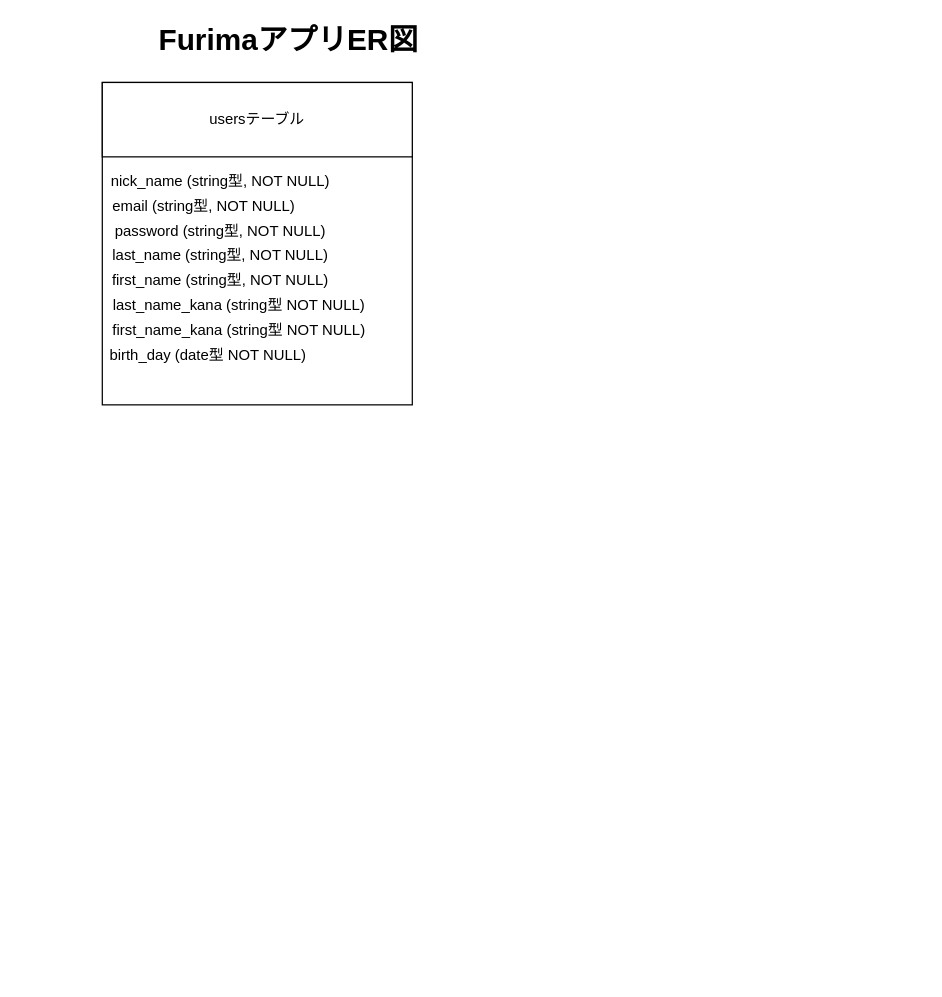
Before: furima.dio in yukesu26/furima-33080, a draw.io diagram. Source tidied: cells renumbered, new cells numbered last; positions are measured from the earlier drawing's top-left corner, leaving out a move shared by most shapes. Both pictures are drawn from the tidied source at 124%, with x=0, y=0 at pixel (21, 32).
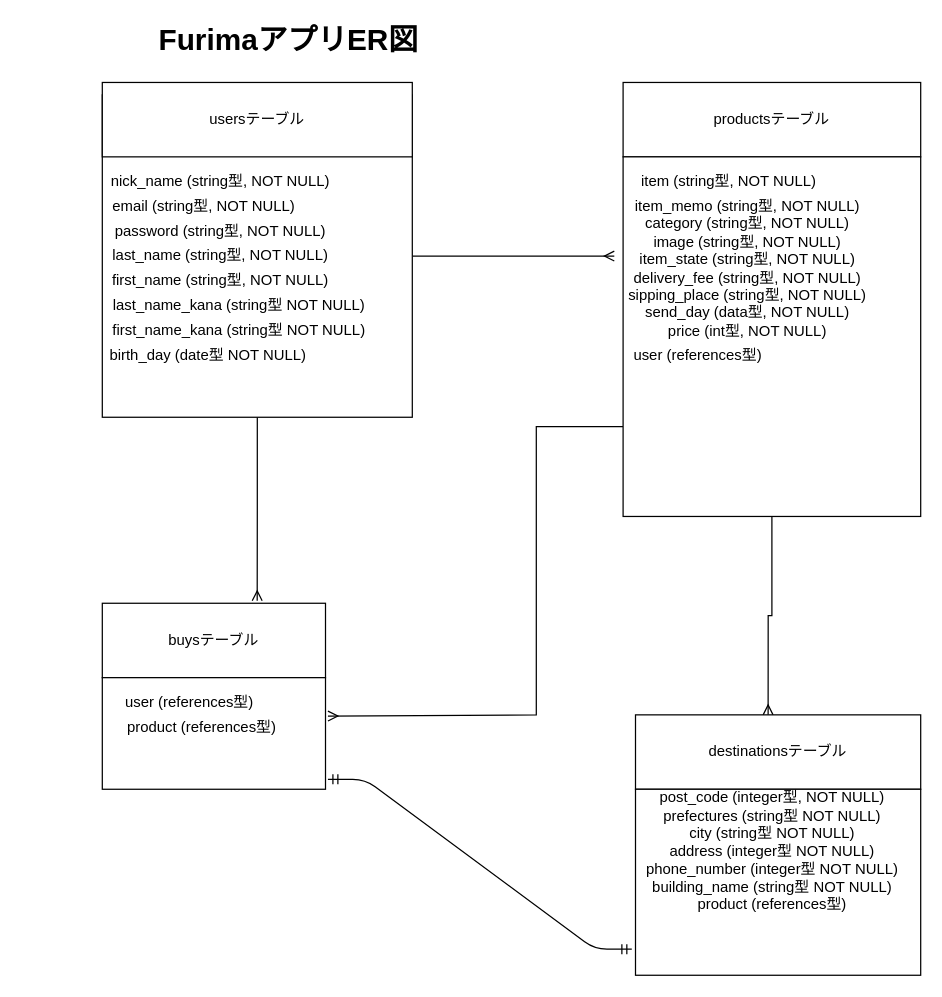
The same diagram, later.

Commit message (it also covers changes not shown here):
テーブル設計修正

Diff of the diagram source:
```diff
@@
+    <mxCell id="13" style="edgeStyle=orthogonalEdgeStyle;rounded=0;jettySize=auto;html=1;entryX=-0.01;entryY=0.417;entryDx=0;entryDy=0;entryPerimeter=0;endArrow=ERmany;endFill=0;" parent="1" edge="1" source="3" target="20">
+      <mxGeometry relative="1" as="geometry" />
+    </mxCell>
+    <mxCell id="14" style="edgeStyle=orthogonalEdgeStyle;rounded=0;jettySize=auto;html=1;entryX=0.694;entryY=-0.033;entryDx=0;entryDy=0;entryPerimeter=0;endArrow=ERmany;endFill=0;" parent="1" edge="1" source="3" target="25">
+      <mxGeometry relative="1" as="geometry" />
+    </mxCell>
     <mxCell id="3" style="whiteSpace=wrap;html=1;" parent="1" vertex="1">
-      <mxGeometry x="65" y="40" width="250" height="260" as="geometry" />
+      <mxGeometry x="65" y="50" width="250" height="260" as="geometry" />
     </mxCell>
@@
+    <mxCell id="15" value="productsテーブル" style="rounded=0;whiteSpace=wrap;html=1;" parent="1" vertex="1">
+      <mxGeometry x="485" y="40" width="240" height="60" as="geometry" />
+    </mxCell>
+    <mxCell id="16" style="edgeStyle=orthogonalEdgeStyle;rounded=0;jettySize=auto;html=1;exitX=0;exitY=0.75;exitDx=0;exitDy=0;endArrow=ERmany;endFill=0;entryX=1.011;entryY=0.344;entryDx=0;entryDy=0;entryPerimeter=0;" parent="1" edge="1" source="18" target="26">
+      <mxGeometry relative="1" as="geometry">
+        <Array as="points">
+          <mxPoint x="415" y="318" />
+          <mxPoint x="415" y="550" />
+        </Array>
+      </mxGeometry>
+    </mxCell>
+    <mxCell id="17" style="edgeStyle=orthogonalEdgeStyle;rounded=0;jettySize=auto;html=1;exitX=0.5;exitY=1;exitDx=0;exitDy=0;endArrow=ERmany;endFill=0;entryX=0.465;entryY=0;entryDx=0;entryDy=0;entryPerimeter=0;" parent="1" edge="1" source="18" target="22">
+      <mxGeometry relative="1" as="geometry" />
+    </mxCell>
+    <mxCell id="18" style="rounded=0;whiteSpace=wrap;html=1;" parent="1" vertex="1">
+      <mxGeometry x="485" y="100" width="240" height="290" as="geometry" />
+    </mxCell>
+    <mxCell id="19" value="item (string型, NOT NULL)" style="text;html=1;align=center;verticalAlign=middle;" parent="1" vertex="1">
+      <mxGeometry x="490" y="110" width="160" height="20" as="geometry" />
+    </mxCell>
+    <mxCell id="20" value="item_memo (string型, NOT NULL)&lt;br&gt;category (string型, NOT NULL)&lt;br&gt;image (string型, NOT NULL)&lt;br&gt;item_state (string型, NOT NULL)&lt;br&gt;delivery_fee (string型, NOT NULL)&lt;br&gt;sipping_place (string型, NOT NULL)&lt;br&gt;send_day (data型, NOT NULL)&lt;br&gt;price (int型, NOT NULL)" style="text;html=1;align=center;verticalAlign=middle;points=[];" parent="1" vertex="1">
+      <mxGeometry x="480" y="130" width="210" height="120" as="geometry" />
+    </mxCell>
+    <mxCell id="21" value="user (references型)" style="text;html=1;align=center;verticalAlign=middle;" parent="1" vertex="1">
+      <mxGeometry x="485" y="250" width="120" height="20" as="geometry" />
+    </mxCell>
+    <mxCell id="22" value="destinationsテーブル" style="whiteSpace=wrap;html=1;" parent="1" vertex="1">
+      <mxGeometry x="495" y="550" width="230" height="60" as="geometry" />
+    </mxCell>
+    <mxCell id="23" style="whiteSpace=wrap;html=1;" parent="1" vertex="1">
+      <mxGeometry x="495" y="610" width="230" height="150" as="geometry" />
+    </mxCell>
+    <mxCell id="24" value="post_code (integer型, NOT NULL)&lt;br&gt;prefectures (string型 NOT NULL)&lt;br&gt;city (string型 NOT NULL)&lt;br&gt;address (integer型 NOT NULL)&lt;br&gt;phone_number (integer型 NOT NULL)&lt;br&gt;building_name (string型 NOT NULL)&lt;br&gt;product (references型)" style="text;html=1;align=center;verticalAlign=middle;" parent="1" vertex="1">
+      <mxGeometry x="495" y="610" width="220" height="100" as="geometry" />
+    </mxCell>
+    <mxCell id="25" value="buysテーブル" style="whiteSpace=wrap;html=1;" parent="1" vertex="1">
+      <mxGeometry x="65" y="460" width="180" height="60" as="geometry" />
+    </mxCell>
+    <mxCell id="26" style="whiteSpace=wrap;html=1;" parent="1" vertex="1">
+      <mxGeometry x="65" y="520" width="180" height="90" as="geometry" />
+    </mxCell>
+    <mxCell id="27" value="user (references型)" style="text;html=1;align=center;verticalAlign=middle;" parent="1" vertex="1">
+      <mxGeometry x="75" y="530" width="120" height="20" as="geometry" />
+    </mxCell>
+    <mxCell id="28" value="product (references型)" style="text;html=1;align=center;verticalAlign=middle;" parent="1" vertex="1">
+      <mxGeometry x="75" y="550" width="140" height="20" as="geometry" />
+    </mxCell>
+    <mxCell id="29" style="edgeStyle=entityRelationEdgeStyle;fontSize=12;html=1;endArrow=ERmandOne;startArrow=ERmandOne;entryX=-0.013;entryY=0.86;entryDx=0;entryDy=0;entryPerimeter=0;exitX=1.011;exitY=0.911;exitDx=0;exitDy=0;exitPerimeter=0;" parent="1" edge="1" source="26" target="23">
+      <mxGeometry relative="1" as="geometry" />
+    </mxCell>
```
